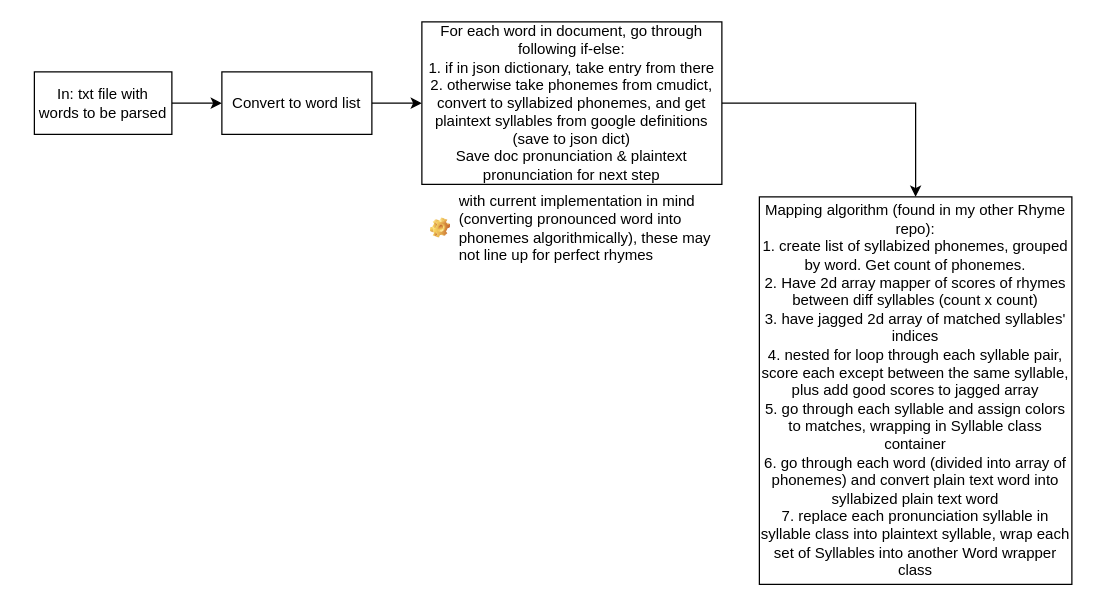
This is rhymeo.drawio from Joshua-Lester3/rhymeo, a draw.io file, before an edit. Source tidied: cells renumbered, new cells numbered last; positions are measured from the earlier drawing's top-left corner, leaving out a move shared by most shapes. Both pictures are drawn from the tidied source at 125%, with x=0, y=0 at pixel (34, 21).
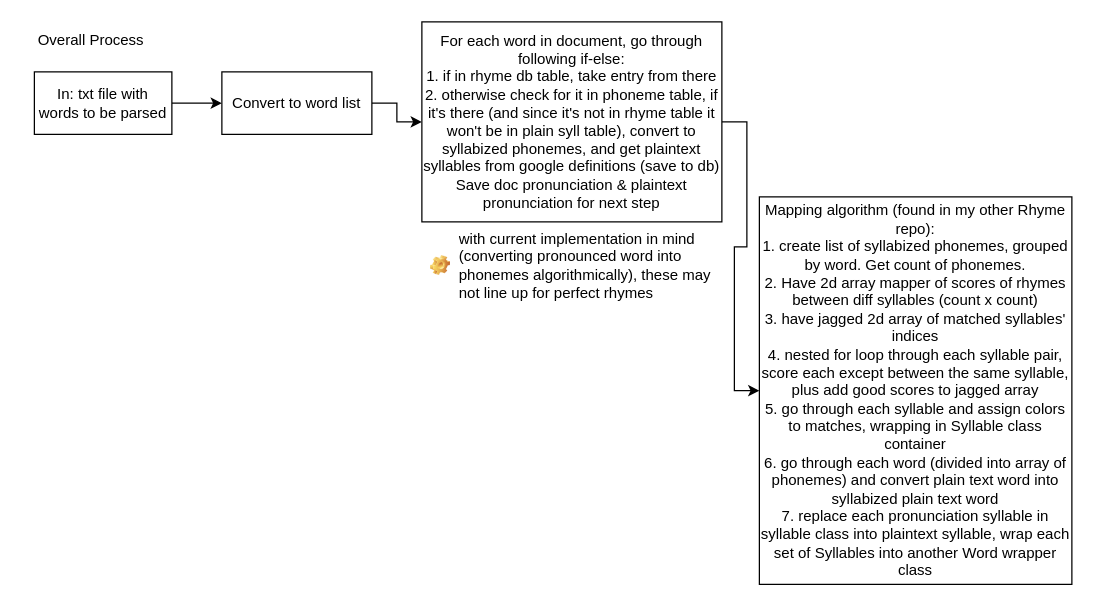
After the change.

Change to the diagram source:
```diff
@@
 <mxGraphModel>
   <root>
     <mxCell id="0" />
     <mxCell id="1" parent="0" />
     <mxCell id="2" style="edgeStyle=orthogonalEdgeStyle;rounded=0;jettySize=auto;html=1;" parent="1" edge="1" source="3" target="5">
       <mxGeometry relative="1" as="geometry" />
     </mxCell>
     <mxCell id="3" value="In: txt file with words to be parsed" style="html=1;whiteSpace=wrap;" parent="1" vertex="1">
       <mxGeometry y="40" width="110" height="50" as="geometry" />
     </mxCell>
     <mxCell id="4" style="edgeStyle=orthogonalEdgeStyle;rounded=0;jettySize=auto;html=1;" parent="1" edge="1" source="5" target="7">
       <mxGeometry relative="1" as="geometry" />
     </mxCell>
     <mxCell id="5" value="Convert to word list" style="html=1;whiteSpace=wrap;" parent="1" vertex="1">
       <mxGeometry x="150" y="40" width="120" height="50" as="geometry" />
     </mxCell>
     <mxCell id="6" style="edgeStyle=orthogonalEdgeStyle;rounded=0;jettySize=auto;html=1;" parent="1" edge="1" source="7" target="8">
       <mxGeometry relative="1" as="geometry" />
     </mxCell>
-    <mxCell id="7" value="For each word in document, go through following if-else:&lt;div&gt;1. if in json dictionary, take entry from there&lt;/div&gt;&lt;div&gt;2. otherwise take phonemes from cmudict, convert to syllabized phonemes, and get plaintext syllables from google definitions (save to json dict)&lt;/div&gt;&lt;div&gt;Save doc pronunciation &amp;amp; plaintext pronunciation for next step&lt;/div&gt;" style="html=1;whiteSpace=wrap;" parent="1" vertex="1">
-      <mxGeometry x="310" width="240" height="130" as="geometry" />
+    <mxCell id="7" value="For each word in document, go through following if-else:&lt;div&gt;1. if in rhyme db table, take entry from there&lt;/div&gt;&lt;div&gt;2. otherwise check for it in phoneme table, if it's there (and since it's not in rhyme table it won't be in plain syll table), convert to syllabized phonemes, and get plaintext syllables from google definitions (save to db)&lt;/div&gt;&lt;div&gt;Save doc pronunciation &amp;amp; plaintext pronunciation for next step&lt;/div&gt;" style="html=1;whiteSpace=wrap;" parent="1" vertex="1">
+      <mxGeometry x="310" width="240" height="160" as="geometry" />
     </mxCell>
     <mxCell id="8" value="Mapping algorithm (found in my other Rhyme repo):&lt;div&gt;1. create list of syllabized phonemes, grouped by word. Get count of phonemes.&lt;/div&gt;&lt;div&gt;2. Have 2d array mapper of scores of rhymes between diff syllables (count x count)&lt;/div&gt;&lt;div&gt;3. have jagged 2d array of matched syllables' indices&lt;/div&gt;&lt;div&gt;4. nested for loop through each syllable pair, score each except between the same syllable, plus add good scores to jagged array&lt;/div&gt;&lt;div&gt;5. go through each syllable and assign colors to matches, wrapping in Syllable class container&lt;/div&gt;&lt;div&gt;6. go through each word (divided into array of phonemes) and convert plain text word into syllabized plain text word&lt;/div&gt;&lt;div&gt;7. replace each pronunciation syllable in syllable class into plaintext syllable, wrap each set of Syllables into another Word wrapper class&lt;/div&gt;" style="html=1;whiteSpace=wrap;" parent="1" vertex="1">
       <mxGeometry x="580" y="140" width="250" height="310" as="geometry" />
     </mxCell>
     <mxCell id="9" value="with current implementation in mind (converting pronounced word into phonemes algorithmically), these may not line up for perfect rhymes" style="label;fontStyle=0;strokeColor=none;fillColor=none;align=left;verticalAlign=top;overflow=hidden;spacingLeft=28;spacingRight=4;imageWidth=16;imageHeight=16;whiteSpace=wrap;html=1;image=img/clipart/Gear_128x128.png;" parent="1" vertex="1">
-      <mxGeometry x="310" y="130" width="237.5" height="70" as="geometry" />
+      <mxGeometry x="310" y="160" width="237.5" height="70" as="geometry" />
     </mxCell>
+    <mxCell id="10" value="Overall Process" style="text;html=1;align=center;verticalAlign=middle;strokeColor=none;fillColor=none;" parent="1" vertex="1">
+      <mxGeometry x="-10" width="110" height="30" as="geometry" />
+    </mxCell>
   </root>
 </mxGraphModel>
```
